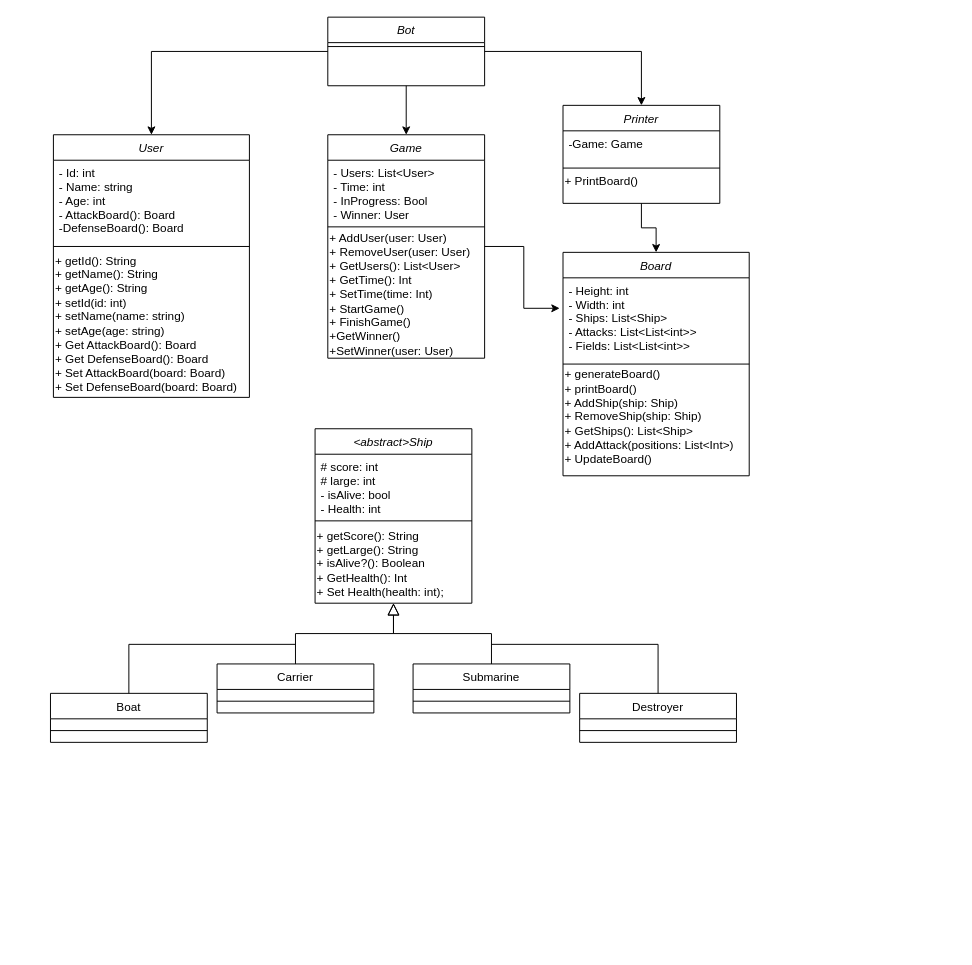
The draw.io diagram docs/UML.drawio in Joelit0/Chatbot_Proyect, before the edit. Source tidied: cells renumbered, new cells numbered last; positions are measured from the earlier drawing's top-left corner, leaving out a move shared by most shapes. Both pictures are drawn from the tidied source at 98%, with x=0, y=0 at pixel (50, 17).
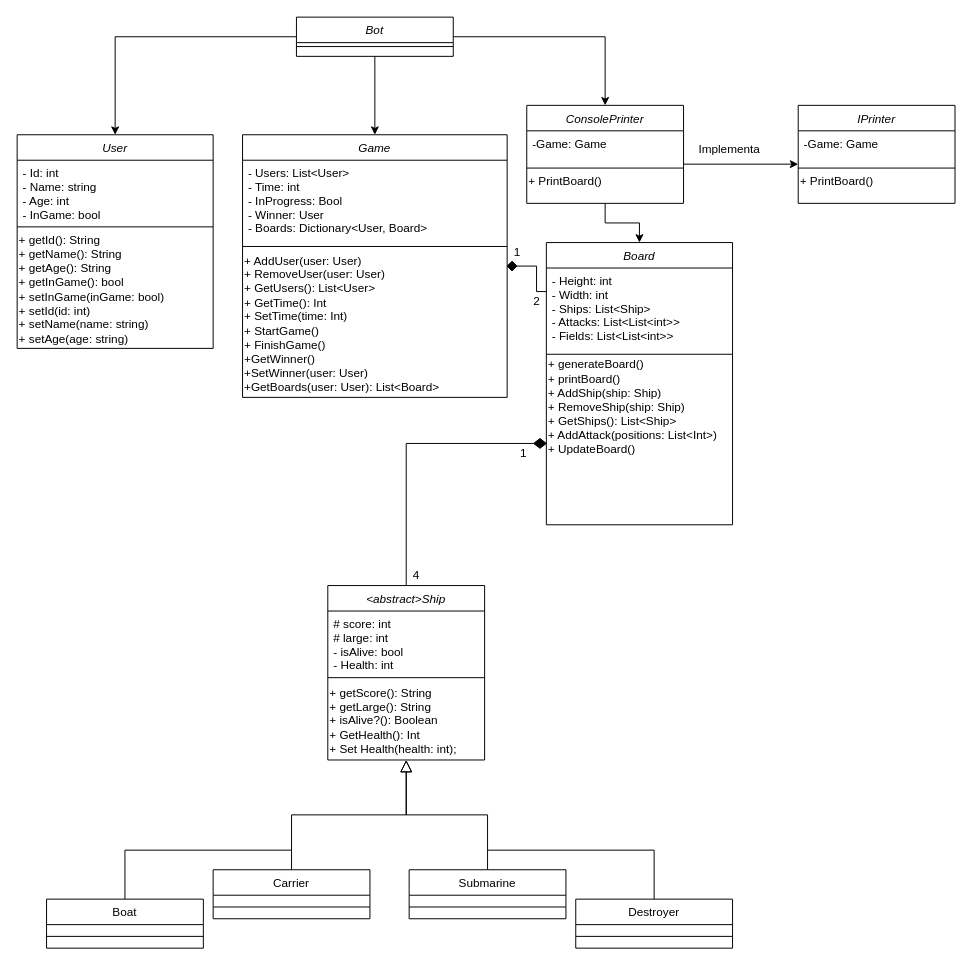
Above is the later version.

Commit message:
Update UML Diagram

The change refers to these unchanged cells:
```xml
<mxCell id="23" value="- Height: int&#10;- Width: int&#10;- Ships: List&lt;Ship&gt;&#10;- Attacks: List&lt;List&lt;int&gt;&gt;&#10;- Fields: List&lt;List&lt;int&gt;&gt;" style="text;align=left;verticalAlign=top;spacingLeft=4;spacingRight=4;overflow=hidden;points=[[0,0.5],[1,0.5]];portConstraint=eastwest;rounded=0;shadow=0;html=0;" parent="22" vertex="1">
  <mxGeometry y="26" width="190" height="84" as="geometry" />
</mxCell>
```

Diff of the diagram source:
```diff
@@
     <mxCell id="2" value="&lt;abstract&gt;Ship" style="swimlane;fontStyle=2;align=center;verticalAlign=top;horizontal=1;startSize=26;rounded=0;shadow=0;strokeWidth=1;" parent="1" vertex="1">
-      <mxGeometry x="270" y="420" width="160" height="178" as="geometry" />
+      <mxGeometry x="283" y="580" width="160" height="178" as="geometry" />
     </mxCell>
@@
     <mxCell id="6" value="Carrier" style="swimlane;fontStyle=0;align=center;verticalAlign=top;horizontal=1;startSize=26;rounded=0;shadow=0;strokeWidth=1;" parent="1" vertex="1">
-      <mxGeometry x="170" y="660" width="160" height="50" as="geometry" />
+      <mxGeometry x="166" y="870" width="160" height="50" as="geometry" />
     </mxCell>
@@
     <mxCell id="10" value="Submarine" style="swimlane;fontStyle=0;align=center;verticalAlign=top;horizontal=1;startSize=26;rounded=0;shadow=0;strokeWidth=1;" parent="1" vertex="1">
-      <mxGeometry x="370" y="660" width="160" height="50" as="geometry" />
+      <mxGeometry x="366" y="870" width="160" height="50" as="geometry" />
     </mxCell>
@@
     <mxCell id="12" value="Boat" style="swimlane;fontStyle=0;align=center;verticalAlign=top;horizontal=1;startSize=26;rounded=0;shadow=0;strokeWidth=1;" parent="1" vertex="1">
-      <mxGeometry y="690" width="160" height="50" as="geometry" />
+      <mxGeometry x="-4" y="900" width="160" height="50" as="geometry" />
     </mxCell>
@@
     <mxCell id="14" value="Destroyer" style="swimlane;fontStyle=0;align=center;verticalAlign=top;horizontal=1;startSize=26;rounded=0;shadow=0;strokeWidth=1;" parent="1" vertex="1">
-      <mxGeometry x="540" y="690" width="160" height="50" as="geometry" />
+      <mxGeometry x="536" y="900" width="160" height="50" as="geometry" />
     </mxCell>
@@
     <mxCell id="16" style="endArrow=none;html=1;rounded=0;exitX=0.5;exitY=0;exitDx=0;exitDy=0;" parent="1" edge="1" source="14">
       <mxGeometry relative="1" as="geometry">
-        <mxPoint x="450" y="640" as="targetPoint" />
+        <mxPoint x="446" y="850" as="targetPoint" />
         <Array as="points">
-          <mxPoint x="620" y="640" />
+          <mxPoint x="616" y="850" />
         </Array>
       </mxGeometry>
     </mxCell>
     <mxCell id="17" style="endArrow=none;html=1;rounded=0;exitX=0.5;exitY=0;exitDx=0;exitDy=0;" parent="1" edge="1" source="12">
       <mxGeometry relative="1" as="geometry">
-        <mxPoint x="250" y="640" as="targetPoint" />
+        <mxPoint x="246" y="850" as="targetPoint" />
         <Array as="points">
-          <mxPoint x="80" y="640" />
+          <mxPoint x="76" y="850" />
         </Array>
       </mxGeometry>
     </mxCell>
     <mxCell id="18" value="User" style="swimlane;fontStyle=2;align=center;verticalAlign=top;horizontal=1;startSize=26;rounded=0;shadow=0;strokeWidth=1;" parent="1" vertex="1">
-      <mxGeometry x="3" y="120" width="200" height="268" as="geometry" />
+      <mxGeometry x="-34" y="120" width="200" height="218" as="geometry" />
     </mxCell>
-    <mxCell id="19" value="- Id: int&#10;- Name: string&#10;- Age: int&#10;- AttackBoard(): Board&#10;-DefenseBoard(): Board&#10;" style="text;align=left;verticalAlign=top;spacingLeft=4;spacingRight=4;overflow=hidden;rounded=0;shadow=0;html=0;" parent="18" vertex="1">
-      <mxGeometry y="26" width="200" height="84" as="geometry" />
+    <mxCell id="19" value="- Id: int&#10;- Name: string&#10;- Age: int&#10;- InGame: bool" style="text;align=left;verticalAlign=top;spacingLeft=4;spacingRight=4;overflow=hidden;rounded=0;shadow=0;html=0;" parent="18" vertex="1">
+      <mxGeometry y="26" width="200" height="64" as="geometry" />
     </mxCell>
     <mxCell id="20" style="line;html=1;strokeWidth=1;align=left;verticalAlign=middle;spacingTop=-1;spacingLeft=3;spacingRight=3;labelPosition=right;" parent="18" vertex="1">
-      <mxGeometry y="110" width="200" height="8" as="geometry" />
+      <mxGeometry y="90" width="200" height="8" as="geometry" />
     </mxCell>
-    <mxCell id="21" value="+ getId(): String&lt;br&gt;+ getName(): String&lt;br&gt;+ getAge(): String&lt;br&gt;+ setId(id: int)&lt;br&gt;+ setName(name: string)&lt;br&gt;+ setAge(age: string)&lt;br&gt;+ Get AttackBoard(): Board&lt;br&gt;+ Get DefenseBoard(): Board&lt;br&gt;+ Set AttackBoard(board: Board)&lt;br&gt;+ Set DefenseBoard(board: Board)" style="text;html=1;align=left;verticalAlign=middle;strokeColor=none;fillColor=none;" parent="18" vertex="1">
-      <mxGeometry y="118" width="200" height="150" as="geometry" />
+    <mxCell id="21" value="+ getId(): String&lt;br&gt;+ getName(): String&lt;br&gt;+ getAge(): String&lt;br&gt;+ getInGame(): bool&lt;br&gt;+ setInGame(inGame: bool)&lt;br&gt;+ setId(id: int)&lt;br&gt;+ setName(name: string)&lt;br&gt;+ setAge(age: string)" style="text;html=1;align=left;verticalAlign=middle;strokeColor=none;fillColor=none;" parent="18" vertex="1">
+      <mxGeometry y="98" width="200" height="120" as="geometry" />
     </mxCell>
     <mxCell id="22" value="Board" style="swimlane;fontStyle=2;align=center;verticalAlign=top;horizontal=1;startSize=26;rounded=0;shadow=0;strokeWidth=1;" parent="1" vertex="1">
-      <mxGeometry x="523" y="240" width="190" height="228" as="geometry" />
+      <mxGeometry x="506" y="230" width="190" height="288" as="geometry" />
     </mxCell>
@@
     <mxCell id="29" value="Bot" style="swimlane;fontStyle=2;align=center;verticalAlign=top;horizontal=1;startSize=26;rounded=0;shadow=0;strokeWidth=1;" parent="1" vertex="1">
-      <mxGeometry x="283" width="160" height="70" as="geometry" />
+      <mxGeometry x="251" width="160" height="40" as="geometry" />
     </mxCell>
@@
-    <mxCell id="31" style="edgeStyle=orthogonalEdgeStyle;rounded=0;jettySize=auto;html=1;entryX=-0.018;entryY=0.37;entryDx=0;entryDy=0;entryPerimeter=0;" parent="1" edge="1" source="32" target="23">
-      <mxGeometry relative="1" as="geometry" />
-    </mxCell>
     <mxCell id="32" value="Game" style="swimlane;fontStyle=2;align=center;verticalAlign=top;horizontal=1;startSize=26;rounded=0;shadow=0;strokeWidth=1;" parent="1" vertex="1">
-      <mxGeometry x="283" y="120" width="160" height="228" as="geometry" />
+      <mxGeometry x="196" y="120" width="270" height="268" as="geometry" />
     </mxCell>
-    <mxCell id="33" value="- Users: List&lt;User&gt;&#10;- Time: int&#10;- InProgress: Bool&#10;- Winner: User" style="text;align=left;verticalAlign=top;spacingLeft=4;spacingRight=4;overflow=hidden;rounded=0;shadow=0;html=0;" parent="32" vertex="1">
-      <mxGeometry y="26" width="160" height="64" as="geometry" />
+    <mxCell id="33" value="- Users: List&lt;User&gt;&#10;- Time: int&#10;- InProgress: Bool&#10;- Winner: User&#10;- Boards: Dictionary&lt;User, Board&gt;&#10;" style="text;align=left;verticalAlign=top;spacingLeft=4;spacingRight=4;overflow=hidden;rounded=0;shadow=0;html=0;" parent="32" vertex="1">
+      <mxGeometry y="26" width="270" height="84" as="geometry" />
     </mxCell>
     <mxCell id="34" style="line;html=1;strokeWidth=1;align=left;verticalAlign=middle;spacingTop=-1;spacingLeft=3;spacingRight=3;labelPosition=right;" parent="32" vertex="1">
-      <mxGeometry y="90" width="160" height="8" as="geometry" />
+      <mxGeometry y="110" width="270" height="8" as="geometry" />
     </mxCell>
-    <mxCell id="35" value="+ AddUser(user: User)&lt;br&gt;+ RemoveUser(user: User)&lt;br&gt;+ GetUsers(): List&amp;lt;User&amp;gt;&lt;br&gt;+ GetTime(): Int&lt;br&gt;+ SetTime(time: Int)&lt;br&gt;+ StartGame()&lt;br&gt;+ FinishGame()&lt;br&gt;+GetWinner()&lt;br&gt;+SetWinner(user: User)" style="text;html=1;align=left;verticalAlign=middle;strokeColor=none;fillColor=none;" parent="32" vertex="1">
-      <mxGeometry y="98" width="160" height="130" as="geometry" />
+    <mxCell id="35" value="+ AddUser(user: User)&lt;br&gt;+ RemoveUser(user: User)&lt;br&gt;+ GetUsers(): List&amp;lt;User&amp;gt;&lt;br&gt;+ GetTime(): Int&lt;br&gt;+ SetTime(time: Int)&lt;br&gt;+ StartGame()&lt;br&gt;+ FinishGame()&lt;br&gt;+GetWinner()&lt;br&gt;+SetWinner(user: User)&lt;br&gt;+GetBoards(user: User): List&amp;lt;Board&amp;gt;" style="text;html=1;align=left;verticalAlign=middle;strokeColor=none;fillColor=none;" parent="32" vertex="1">
+      <mxGeometry y="118" width="270" height="150" as="geometry" />
     </mxCell>
-    <mxCell id="36" value="Printer" style="swimlane;fontStyle=2;align=center;verticalAlign=top;horizontal=1;startSize=26;rounded=0;shadow=0;strokeWidth=1;" parent="1" vertex="1">
-      <mxGeometry x="523" y="90" width="160" height="100" as="geometry" />
+    <mxCell id="36" value="ConsolePrinter" style="swimlane;fontStyle=2;align=center;verticalAlign=top;horizontal=1;startSize=26;rounded=0;shadow=0;strokeWidth=1;" parent="1" vertex="1">
+      <mxGeometry x="486" y="90" width="160" height="100" as="geometry" />
     </mxCell>
@@
+    <mxCell id="41" style="rhombus;whiteSpace=wrap;html=1;fillColor=#000000;" parent="1" vertex="1">
+      <mxGeometry x="466" y="249" width="10" height="10" as="geometry" />
+    </mxCell>
+    <mxCell id="42" value="1" style="text;html=1;align=center;verticalAlign=middle;strokeColor=none;fillColor=none;" parent="1" vertex="1">
+      <mxGeometry x="466" y="230" width="20" height="20" as="geometry" />
+    </mxCell>
+    <mxCell id="43" value="2" style="text;html=1;align=center;verticalAlign=middle;strokeColor=none;fillColor=none;" parent="1" vertex="1">
+      <mxGeometry x="486" y="280" width="20" height="20" as="geometry" />
+    </mxCell>
+    <mxCell id="44" style="endArrow=none;html=1;rounded=0;entryX=1;entryY=0.5;entryDx=0;entryDy=0;" parent="1" edge="1" target="41">
+      <mxGeometry relative="1" as="geometry">
+        <mxPoint x="506" y="280" as="sourcePoint" />
+        <Array as="points">
+          <mxPoint x="496" y="280" />
+          <mxPoint x="496" y="254" />
+        </Array>
+      </mxGeometry>
+    </mxCell>
+    <mxCell id="45" value="IPrinter" style="swimlane;fontStyle=2;align=center;verticalAlign=top;horizontal=1;startSize=26;rounded=0;shadow=0;strokeWidth=1;" parent="1" vertex="1">
+      <mxGeometry x="763" y="90" width="160" height="100" as="geometry" />
+    </mxCell>
+    <mxCell id="46" value="-Game: Game" style="text;align=left;verticalAlign=top;spacingLeft=4;spacingRight=4;overflow=hidden;points=[[0,0.5],[1,0.5]];portConstraint=eastwest;rounded=0;shadow=0;html=0;" parent="45" vertex="1">
+      <mxGeometry y="26" width="160" height="34" as="geometry" />
+    </mxCell>
+    <mxCell id="47" style="line;html=1;strokeWidth=1;align=left;verticalAlign=middle;spacingTop=-1;spacingLeft=3;spacingRight=3;labelPosition=right;" parent="45" vertex="1">
+      <mxGeometry y="60" width="160" height="8" as="geometry" />
+    </mxCell>
+    <mxCell id="48" value="+ PrintBoard()" style="text;html=1;align=left;verticalAlign=middle;strokeColor=none;fillColor=none;" parent="45" vertex="1">
+      <mxGeometry y="68" width="160" height="20" as="geometry" />
+    </mxCell>
+    <mxCell id="49" style="endArrow=classic;html=1;rounded=0;entryX=0;entryY=1;entryDx=0;entryDy=0;entryPerimeter=0;" parent="1" edge="1" target="46">
+      <mxGeometry relative="1" as="geometry">
+        <mxPoint x="646" y="150" as="sourcePoint" />
+      </mxGeometry>
+    </mxCell>
+    <mxCell id="50" value="Implementa" style="text;html=1;strokeColor=none;fillColor=none;align=center;verticalAlign=middle;whiteSpace=wrap;rounded=0;" parent="1" vertex="1">
+      <mxGeometry x="663" y="120" width="60" height="30" as="geometry" />
+    </mxCell>
+    <mxCell id="51" style="rhombus;whiteSpace=wrap;html=1;fillColor=#000000;" parent="1" vertex="1">
+      <mxGeometry x="493" y="430" width="13" height="10" as="geometry" />
+    </mxCell>
+    <mxCell id="52" style="endArrow=none;html=1;rounded=0;exitX=0.5;exitY=0;exitDx=0;exitDy=0;entryX=0;entryY=0.5;entryDx=0;entryDy=0;" parent="1" edge="1" source="2" target="51">
+      <mxGeometry relative="1" as="geometry">
+        <Array as="points">
+          <mxPoint x="363" y="435" />
+        </Array>
+      </mxGeometry>
+    </mxCell>
+    <mxCell id="53" value="1" style="text;html=1;strokeColor=none;fillColor=none;align=center;verticalAlign=middle;whiteSpace=wrap;rounded=0;" parent="1" vertex="1">
+      <mxGeometry x="453" y="430" width="60" height="30" as="geometry" />
+    </mxCell>
+    <mxCell id="54" value="4" style="text;html=1;align=center;verticalAlign=middle;strokeColor=none;fillColor=none;" parent="1" vertex="1">
+      <mxGeometry x="363" y="560" width="20" height="20" as="geometry" />
+    </mxCell>
```
